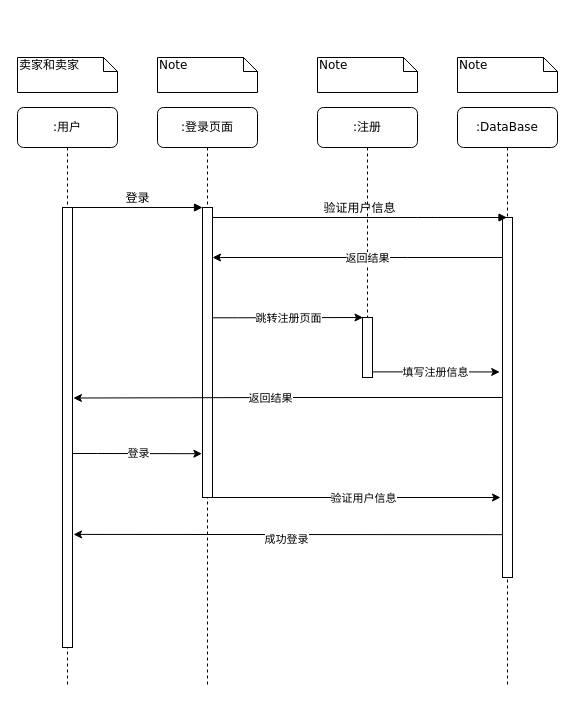
200928/image keeps this draw.io diagram as 商品上传顺序图.drawio. Above is the earlier version. Source tidied: cells renumbered, new cells numbered last; positions are measured from the earlier drawing's top-left corner, leaving out a move shared by most shapes. Both pictures are drawn from the tidied source at 100%, with x=0, y=0 at pixel (17, 57).
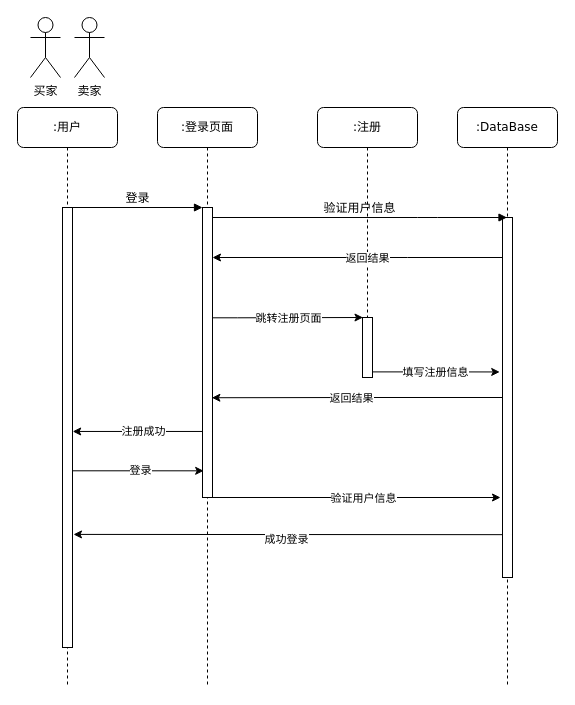
After the change.

Commit message (it also covers changes not shown here):
更新商品上传顺序图.drawio

The change refers to these unchanged cells:
```xml
<mxCell id="3" style="html=1;points=[];perimeter=orthogonalPerimeter;rounded=0;shadow=0;comic=0;labelBackgroundColor=none;strokeWidth=1;fontFamily=Verdana;fontSize=12;align=center;" parent="2" vertex="1">
  <mxGeometry x="45" y="100" width="10" height="290" as="geometry" />
</mxCell>
<mxCell id="7" style="html=1;points=[];perimeter=orthogonalPerimeter;rounded=0;shadow=0;comic=0;labelBackgroundColor=none;strokeWidth=1;fontFamily=Verdana;fontSize=12;align=center;" parent="6" vertex="1">
  <mxGeometry x="45" y="110" width="10" height="360" as="geometry" />
</mxCell>
<mxCell id="9" style="html=1;points=[];perimeter=orthogonalPerimeter;rounded=0;shadow=0;comic=0;labelBackgroundColor=none;strokeWidth=1;fontFamily=Verdana;fontSize=12;align=center;" parent="8" vertex="1">
  <mxGeometry x="45" y="100" width="10" height="440" as="geometry" />
</mxCell>
```

Change to the diagram source:
```diff
@@
-    <mxCell id="12" style="edgeStyle=orthogonalEdgeStyle;rounded=0;jettySize=auto;html=1;entryX=1.089;entryY=0.433;entryDx=0;entryDy=0;entryPerimeter=0;" parent="1" edge="1" source="7" target="9">
+    <mxCell id="12" style="edgeStyle=orthogonalEdgeStyle;rounded=0;jettySize=auto;html=1;entryX=0.94;entryY=0.656;entryDx=0;entryDy=0;entryPerimeter=0;" parent="1" edge="1" source="7" target="3">
       <mxGeometry relative="1" as="geometry" />
     </mxCell>
@@
-    <mxCell id="16" value="卖家和卖家" style="shape=note;whiteSpace=wrap;html=1;size=14;verticalAlign=top;align=left;spacingTop=-6;rounded=0;shadow=0;comic=0;labelBackgroundColor=none;strokeWidth=1;fontFamily=Verdana;fontSize=12;" parent="1" vertex="1">
-      <mxGeometry width="100" height="35" as="geometry" />
-    </mxCell>
-    <mxCell id="17" value="Note" style="shape=note;whiteSpace=wrap;html=1;size=14;verticalAlign=top;align=left;spacingTop=-6;rounded=0;shadow=0;comic=0;labelBackgroundColor=none;strokeWidth=1;fontFamily=Verdana;fontSize=12;" parent="1" vertex="1">
-      <mxGeometry x="140" width="100" height="35" as="geometry" />
-    </mxCell>
-    <mxCell id="18" value="Note" style="shape=note;whiteSpace=wrap;html=1;size=14;verticalAlign=top;align=left;spacingTop=-6;rounded=0;shadow=0;comic=0;labelBackgroundColor=none;strokeWidth=1;fontFamily=Verdana;fontSize=12;" parent="1" vertex="1">
-      <mxGeometry x="300" width="100" height="35" as="geometry" />
-    </mxCell>
-    <mxCell id="19" value="Note" style="shape=note;whiteSpace=wrap;html=1;size=14;verticalAlign=top;align=left;spacingTop=-6;rounded=0;shadow=0;comic=0;labelBackgroundColor=none;strokeWidth=1;fontFamily=Verdana;fontSize=12;" parent="1" vertex="1">
-      <mxGeometry x="440" width="100" height="35" as="geometry" />
-    </mxCell>
@@
-    <mxCell id="24" style="edgeStyle=orthogonalEdgeStyle;rounded=0;jettySize=auto;html=1;entryX=-0.062;entryY=0.849;entryDx=0;entryDy=0;entryPerimeter=0;" parent="1" edge="1" source="9" target="3">
+    <mxCell id="24" style="edgeStyle=orthogonalEdgeStyle;rounded=0;jettySize=auto;html=1;entryX=0.116;entryY=0.908;entryDx=0;entryDy=0;entryPerimeter=0;" parent="1" edge="1" source="9" target="3">
       <mxGeometry relative="1" as="geometry">
         <Array as="points">
-          <mxPoint x="80" y="396" />
-          <mxPoint x="80" y="396" />
+          <mxPoint x="120" y="413" />
         </Array>
       </mxGeometry>
     </mxCell>
@@
+    <mxCell id="30" style="edgeStyle=orthogonalEdgeStyle;rounded=0;jettySize=auto;html=1;entryX=1.019;entryY=0.509;entryDx=0;entryDy=0;entryPerimeter=0;" parent="1" edge="1" source="3" target="9">
+      <mxGeometry relative="1" as="geometry">
+        <Array as="points">
+          <mxPoint x="55" y="373" />
+        </Array>
+      </mxGeometry>
+    </mxCell>
+    <mxCell id="31" value="注册成功" style="edgeLabel;html=1;align=center;verticalAlign=middle;" parent="30" vertex="1">
+      <mxGeometry x="-0.07" relative="1" as="geometry" />
+    </mxCell>
+    <mxCell id="32" value="买家" style="shape=umlActor;verticalLabelPosition=bottom;verticalAlign=top;html=1;" parent="1" vertex="1">
+      <mxGeometry x="13" y="-40" width="30" height="60" as="geometry" />
+    </mxCell>
+    <mxCell id="33" value="卖家" style="shape=umlActor;verticalLabelPosition=bottom;verticalAlign=top;html=1;" parent="1" vertex="1">
+      <mxGeometry x="57" y="-40" width="30" height="60" as="geometry" />
+    </mxCell>
```
